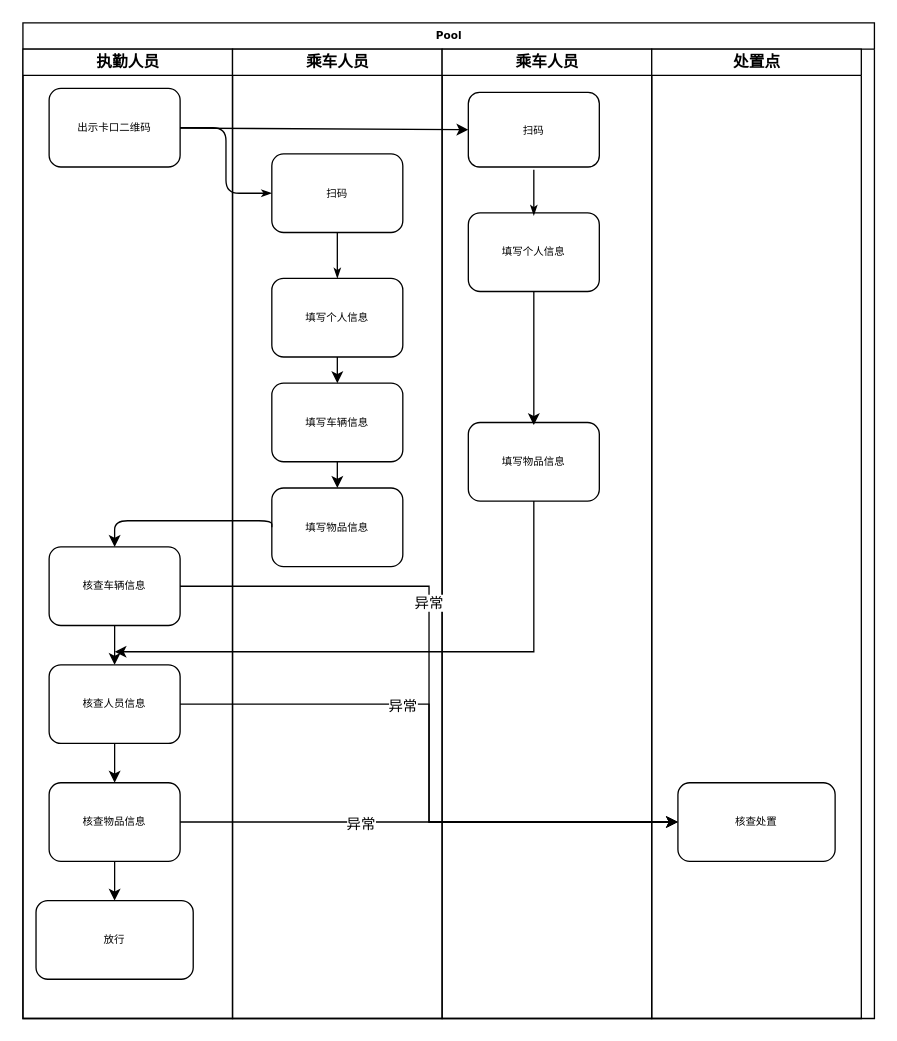
Above: access.drawio in homebei2/diagramsNet (draw.io), before the change. Source tidied: cells renumbered, new cells numbered last; positions are measured from the earlier drawing's top-left corner, leaving out a move shared by most shapes. Both pictures are drawn from the tidied source at 131%, with x=0, y=0 at pixel (22, 22).
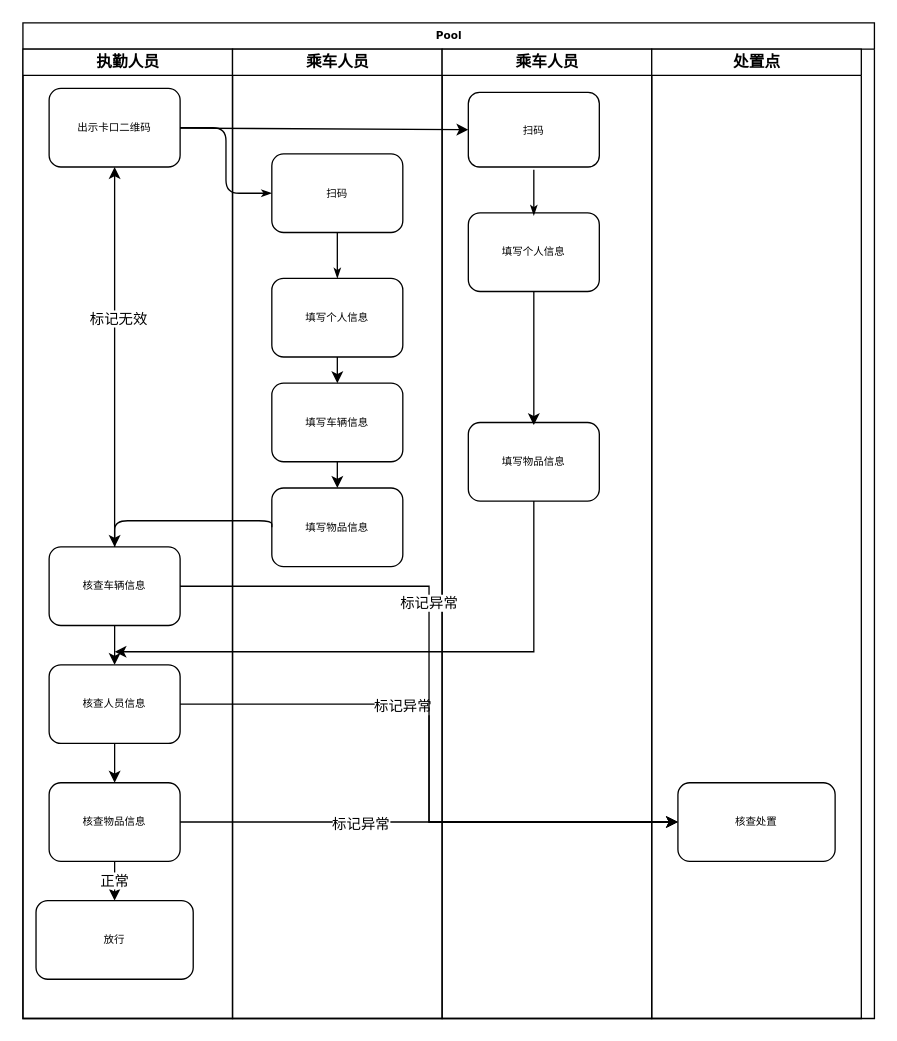
After the change.

Unchanged cells that the change refers to:
```xml
<mxCell id="3" value="执勤人员" style="swimlane;html=1;startSize=20;" parent="2" vertex="1">
  <mxGeometry y="20" width="160" height="740" as="geometry" />
</mxCell>
<mxCell id="4" value="出示卡口二维码" style="rounded=1;whiteSpace=wrap;html=1;shadow=0;labelBackgroundColor=none;strokeWidth=1;fontFamily=Verdana;fontSize=8;align=center;" parent="3" vertex="1">
  <mxGeometry x="20" y="30" width="100" height="60" as="geometry" />
</mxCell>
<mxCell id="5" value="核查车辆信息" style="rounded=1;whiteSpace=wrap;html=1;shadow=0;labelBackgroundColor=none;strokeWidth=1;fontFamily=Verdana;fontSize=8;align=center;" parent="3" vertex="1">
  <mxGeometry x="20" y="380" width="100" height="60" as="geometry" />
</mxCell>
<mxCell id="7" value="核查物品信息" style="rounded=1;whiteSpace=wrap;html=1;shadow=0;labelBackgroundColor=none;strokeWidth=1;fontFamily=Verdana;fontSize=8;align=center;" parent="3" vertex="1">
  <mxGeometry x="20" y="560" width="100" height="60" as="geometry" />
</mxCell>
<mxCell id="9" value="放行" style="whiteSpace=wrap;html=1;rounded=1;shadow=0;fontFamily=Verdana;fontSize=8;strokeWidth=1;" parent="3" vertex="1">
  <mxGeometry x="10" y="650" width="120" height="60" as="geometry" />
</mxCell>
<mxCell id="20" style="edgeStyle=elbowEdgeStyle;rounded=0;jettySize=auto;html=1;" parent="12" edge="1" target="34">
  <mxGeometry relative="1" as="geometry">
    <mxPoint x="-40" y="500" as="sourcePoint" />
  </mxGeometry>
</mxCell>
<mxCell id="31" style="edgeStyle=elbowEdgeStyle;rounded=0;jettySize=auto;html=1;entryX=0;entryY=0.5;entryDx=0;entryDy=0;" parent="2" edge="1" source="7" target="34">
  <mxGeometry relative="1" as="geometry" />
</mxCell>
<mxCell id="36" style="edgeStyle=elbowEdgeStyle;rounded=0;orthogonalLoop=1;jettySize=auto;html=1;" parent="1" edge="1">
  <mxGeometry relative="1" as="geometry">
    <mxPoint x="120" y="430" as="sourcePoint" />
    <mxPoint x="500" y="610" as="targetPoint" />
  </mxGeometry>
</mxCell>
```

What changed in the source:
```diff
@@
-    <mxCell id="10" style="edgeStyle=elbowEdgeStyle;rounded=0;jettySize=auto;html=1;" parent="3" edge="1" source="7" target="9">
+    <mxCell id="10" value="正常" style="edgeStyle=elbowEdgeStyle;rounded=0;jettySize=auto;html=1;" parent="3" edge="1" source="7" target="9">
       <mxGeometry relative="1" as="geometry" />
     </mxCell>
+    <mxCell id="38" style="edgeStyle=orthogonalEdgeStyle;rounded=0;jettySize=auto;html=1;entryX=0.5;entryY=1;entryDx=0;entryDy=0;" parent="3" edge="1" source="5" target="4">
+      <mxGeometry relative="1" as="geometry" />
+    </mxCell>
+    <mxCell id="39" value="标记无效" style="edgeLabel;html=1;align=center;verticalAlign=middle;" parent="38" vertex="1">
+      <mxGeometry x="0.21" y="-2" relative="1" as="geometry" />
+    </mxCell>
@@
-    <mxCell id="21" value="异常" style="edgeLabel;html=1;align=center;verticalAlign=middle;" parent="20" vertex="1">
+    <mxCell id="21" value="标记异常" style="edgeLabel;html=1;align=center;verticalAlign=middle;" parent="20" vertex="1">
       <mxGeometry x="-0.28" y="-1" relative="1" as="geometry" />
     </mxCell>
@@
-    <mxCell id="32" value="异常" style="edgeLabel;html=1;align=center;verticalAlign=middle;" parent="31" vertex="1">
+    <mxCell id="32" value="标记异常" style="edgeLabel;html=1;align=center;verticalAlign=middle;" parent="31" vertex="1">
       <mxGeometry x="-0.28" y="-1" relative="1" as="geometry" />
     </mxCell>
@@
-    <mxCell id="37" value="异常" style="edgeLabel;html=1;align=center;verticalAlign=middle;" parent="36" vertex="1">
+    <mxCell id="37" value="标记异常" style="edgeLabel;html=1;align=center;verticalAlign=middle;" parent="36" vertex="1">
       <mxGeometry x="-0.28" y="-1" relative="1" as="geometry" />
     </mxCell>
```
